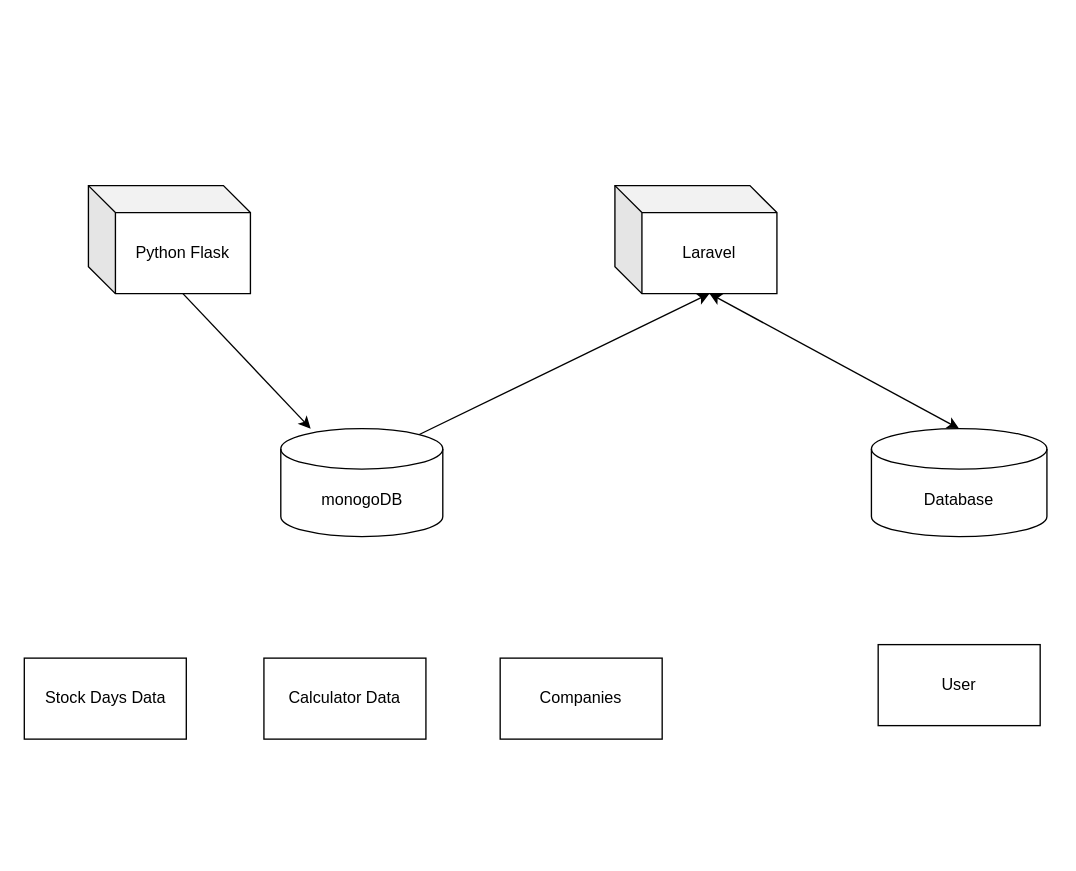
Earlier version of the draw.io diagram docs/architecture.drawio (iiiyu/OhMyStock). Source tidied: cells renumbered, new cells numbered last; positions are measured from the earlier drawing's top-left corner, leaving out a move shared by most shapes. Both pictures are drawn from the tidied source at 135%, with x=0, y=0 at pixel (23, 185).
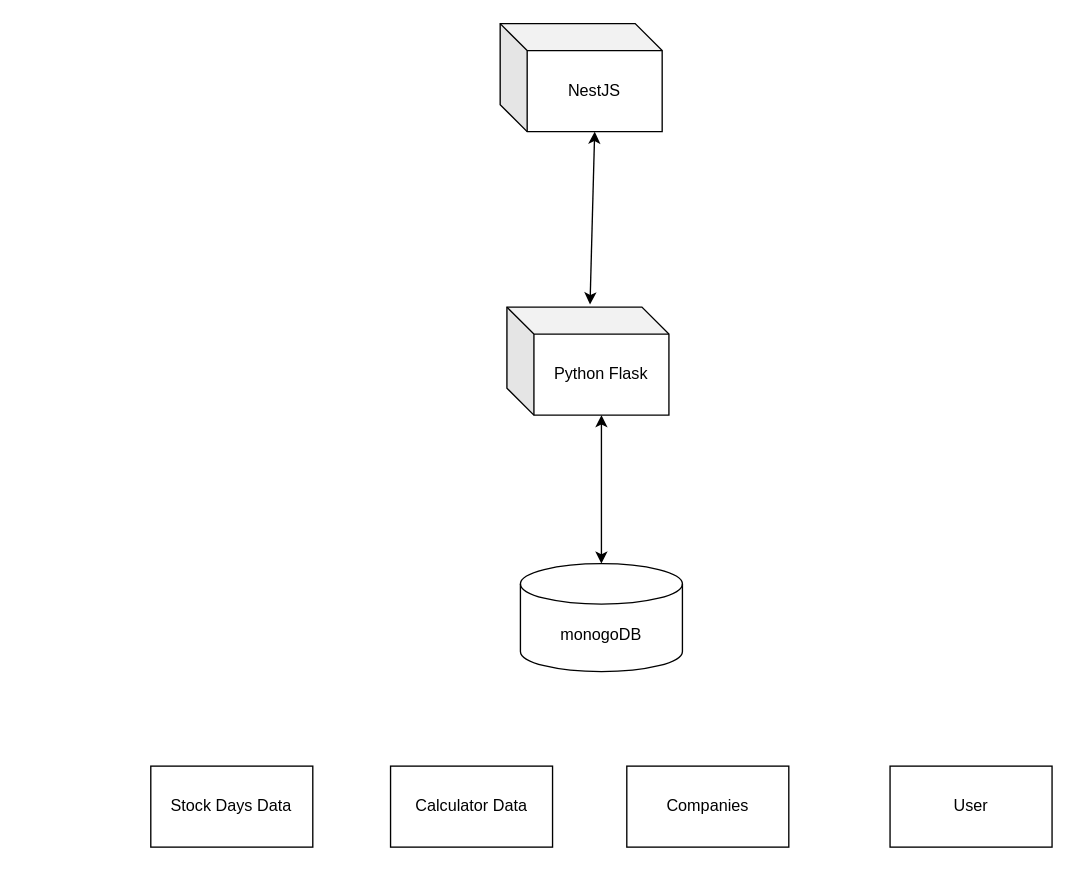
The same page after the edit.

The edit, as a diff of the source:
```diff
@@
 <mxGraphModel>
   <root>
     <mxCell id="0" />
     <mxCell id="1" parent="0" />
     <mxCell id="2" value="monogoDB" style="shape=cylinder3;whiteSpace=wrap;html=1;boundedLbl=1;backgroundOutline=1;size=15;" parent="1" vertex="1">
-      <mxGeometry x="190.5" y="180" width="120" height="80" as="geometry" />
+      <mxGeometry x="368" y="280" width="120" height="80" as="geometry" />
     </mxCell>
-    <mxCell id="3" value="Database&lt;br&gt;" style="shape=cylinder3;whiteSpace=wrap;html=1;boundedLbl=1;backgroundOutline=1;size=15;" parent="1" vertex="1">
-      <mxGeometry x="628" y="180" width="130" height="80" as="geometry" />
-    </mxCell>
     <mxCell id="4" value="Stock Days Data" style="rounded=0;whiteSpace=wrap;html=1;" parent="1" vertex="1">
-      <mxGeometry x="0.5" y="350" width="120" height="60" as="geometry" />
+      <mxGeometry x="94.2" y="430" width="120" height="60" as="geometry" />
     </mxCell>
     <mxCell id="5" value="Calculator Data" style="rounded=0;whiteSpace=wrap;html=1;" parent="1" vertex="1">
-      <mxGeometry x="178" y="350" width="120" height="60" as="geometry" />
+      <mxGeometry x="271.8" y="430" width="120" height="60" as="geometry" />
     </mxCell>
     <mxCell id="6" value="Companies" style="rounded=0;whiteSpace=wrap;html=1;" parent="1" vertex="1">
-      <mxGeometry x="353" y="350" width="120" height="60" as="geometry" />
+      <mxGeometry x="446.8" y="430" width="120" height="60" as="geometry" />
     </mxCell>
     <mxCell id="7" value="User" style="rounded=0;whiteSpace=wrap;html=1;" parent="1" vertex="1">
-      <mxGeometry x="633" y="340" width="120" height="60" as="geometry" />
+      <mxGeometry x="641.8" y="430" width="120" height="60" as="geometry" />
     </mxCell>
     <mxCell id="8" value="Python Flask" style="shape=cube;whiteSpace=wrap;html=1;boundedLbl=1;backgroundOutline=1;darkOpacity=0.05;darkOpacity2=0.1;" parent="1" vertex="1">
-      <mxGeometry x="48" width="120" height="80" as="geometry" />
+      <mxGeometry x="358" y="90" width="120" height="80" as="geometry" />
     </mxCell>
-    <mxCell id="9" value="Laravel" style="shape=cube;whiteSpace=wrap;html=1;boundedLbl=1;backgroundOutline=1;darkOpacity=0.05;darkOpacity2=0.1;" parent="1" vertex="1">
-      <mxGeometry x="438" width="120" height="80" as="geometry" />
+    <mxCell id="9" value="NestJS" style="shape=cube;whiteSpace=wrap;html=1;boundedLbl=1;backgroundOutline=1;darkOpacity=0.05;darkOpacity2=0.1;" parent="1" vertex="1">
+      <mxGeometry x="353" y="-120" width="120" height="80" as="geometry" />
     </mxCell>
-    <mxCell id="10" style="endArrow=classic;html=1;exitX=0;exitY=0;exitDx=70;exitDy=80;exitPerimeter=0;" parent="1" edge="1" source="8" target="2">
+    <mxCell id="10" style="endArrow=classic;html=1;exitX=0;exitY=0;exitDx=70;exitDy=80;exitPerimeter=0;startArrow=classic;startFill=1;" parent="1" edge="1" source="8" target="2">
       <mxGeometry relative="1" as="geometry" />
     </mxCell>
-    <mxCell id="11" style="endArrow=classic;html=1;exitX=0.855;exitY=0;exitDx=0;exitDy=4.35;exitPerimeter=0;entryX=0;entryY=0;entryDx=70;entryDy=80;entryPerimeter=0;" parent="1" edge="1" source="2" target="9">
+    <mxCell id="11" style="endArrow=classic;html=1;exitX=0.513;exitY=-0.025;exitDx=0;exitDy=0;exitPerimeter=0;entryX=0;entryY=0;entryDx=70;entryDy=80;entryPerimeter=0;startArrow=classic;startFill=1;" parent="1" edge="1" source="8" target="9">
       <mxGeometry relative="1" as="geometry" />
     </mxCell>
-    <mxCell id="12" style="endArrow=classic;startArrow=classic;html=1;entryX=0;entryY=0;entryDx=70;entryDy=80;entryPerimeter=0;exitX=0.5;exitY=0;exitDx=0;exitDy=0;exitPerimeter=0;" parent="1" edge="1" source="3" target="9">
-      <mxGeometry relative="1" as="geometry" />
-    </mxCell>
   </root>
 </mxGraphModel>
```
